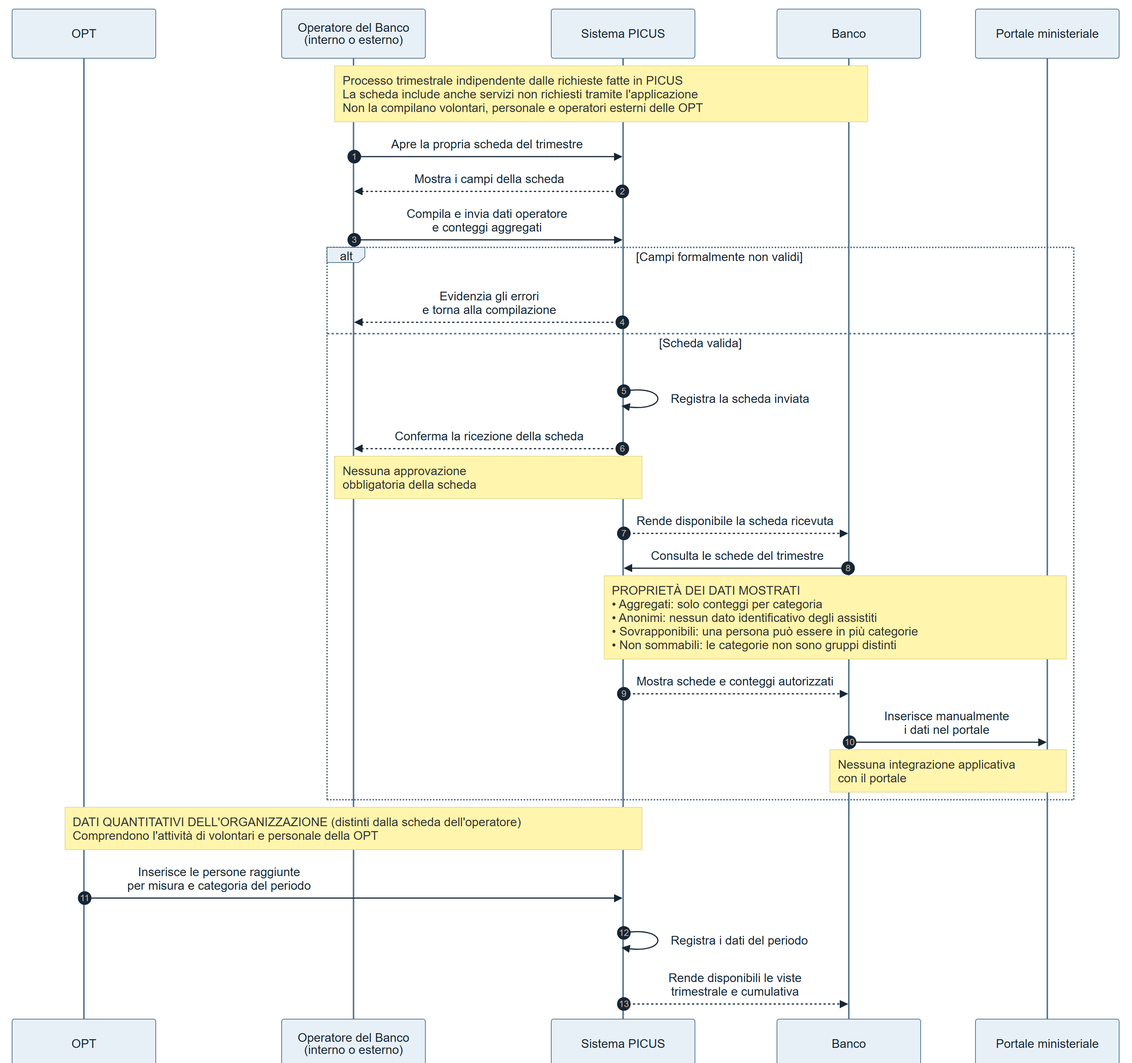
Earlier version of the Mermaid export docs/requirements/diagrams/to-be/TOBE-02-rendicontazione.png (Pinguini-alla-Fragola/Progetto-SAD). Its source is kept beside it as docs/requirements/diagrams/to-be/TOBE-02-rendicontazione.mmd.
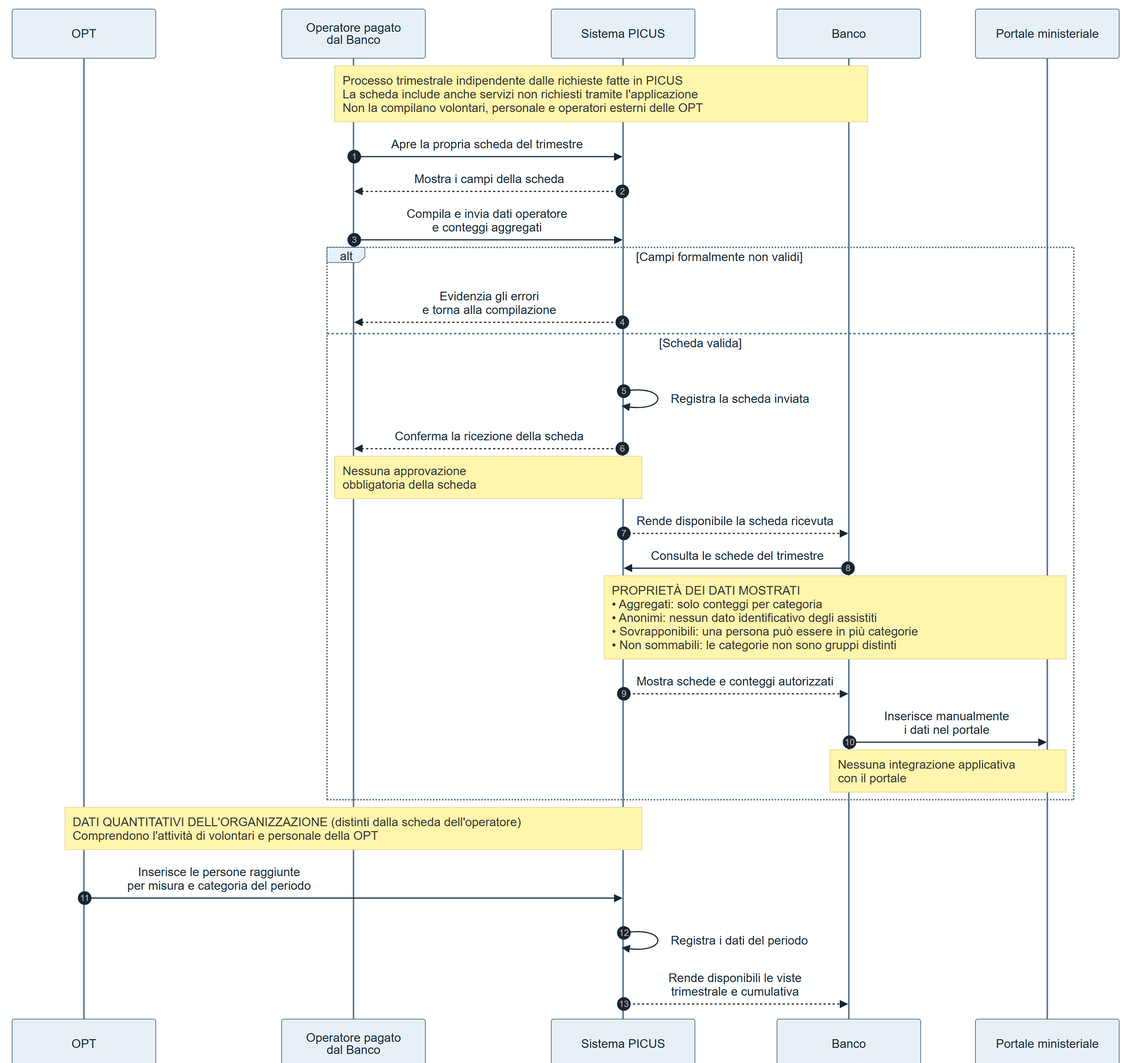
Later version of the same file.

Commit message:
docs(to-be): precisa criteri di ricerca, operatore pagato e data delle scelte

The edit, as a diff of the source:
```diff
@@ -6,7 +6,7 @@
 sequenceDiagram
     autonumber
     participant R as OPT
-    participant O as Operatore del Banco<br/>(interno o esterno)
+    participant O as Operatore pagato<br/>dal Banco
     participant S as Sistema PICUS
     participant B as Banco
     participant M as Portale ministeriale
```
